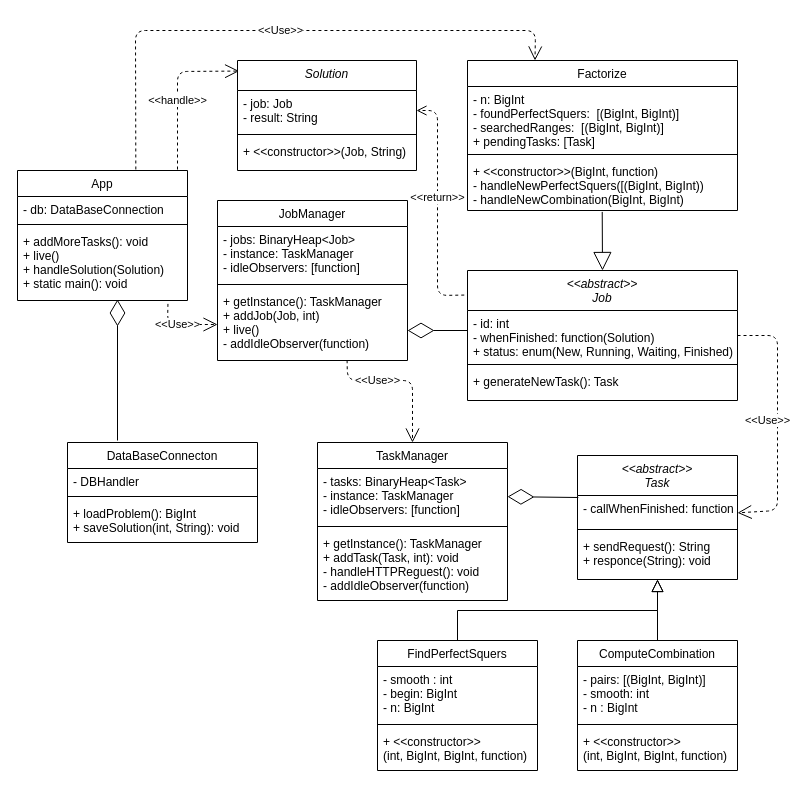
This is src/main/resources/farctorization.drawio from speederking07/Distributed-factorization-with-io-style-game, a draw.io file, before an edit. Source tidied: cells renumbered, new cells numbered last; positions are measured from the earlier drawing's top-left corner, leaving out a move shared by most shapes. Both pictures are drawn from the tidied source at 100%, with x=0, y=0 at pixel (17, 30).
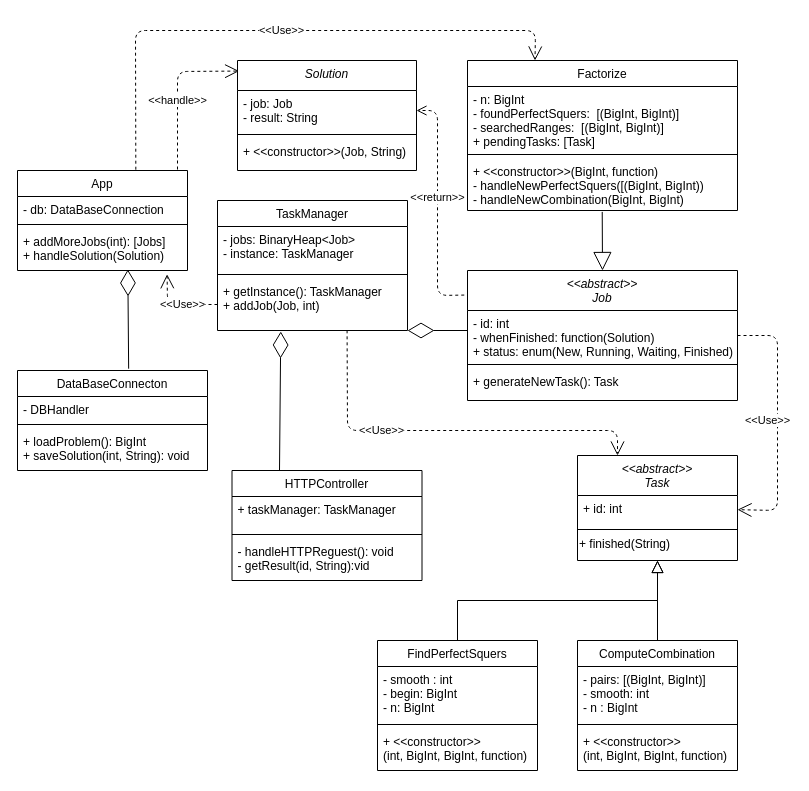
The same diagram, later.

Diff of the diagram source:
```diff
@@
     <mxCell id="2" value="&lt;&lt;abstract&gt;&gt;&#10;Task" style="swimlane;fontStyle=2;align=center;verticalAlign=top;horizontal=1;startSize=40;rounded=0;shadow=0;strokeWidth=1;" parent="1" vertex="1">
-      <mxGeometry x="560" y="425" width="160" height="124" as="geometry" />
+      <mxGeometry x="560" y="425" width="160" height="105" as="geometry" />
     </mxCell>
-    <mxCell id="3" value="- callWhenFinished: function" style="text;align=left;verticalAlign=top;spacingLeft=4;spacingRight=4;overflow=hidden;points=[[0,0.5],[1,0.5]];portConstraint=eastwest;" parent="2" vertex="1">
+    <mxCell id="3" value="+ id: int" style="text;align=left;verticalAlign=top;spacingLeft=4;spacingRight=4;overflow=hidden;points=[[0,0.5],[1,0.5]];portConstraint=eastwest;" parent="2" vertex="1">
       <mxGeometry y="40" width="160" height="30" as="geometry" />
     </mxCell>
@@
-    <mxCell id="5" value="+ sendRequest(): String&#10;+ responce(String): void" style="text;align=left;verticalAlign=top;spacingLeft=4;spacingRight=4;overflow=hidden;" parent="2" vertex="1">
-      <mxGeometry y="78" width="160" height="40" as="geometry" />
-    </mxCell>
+    <mxCell id="54" value="+ finished(String)" style="text;html=1;strokeColor=none;fillColor=none;align=left;verticalAlign=middle;whiteSpace=wrap;rounded=0;" parent="2" vertex="1">
+      <mxGeometry y="78" width="160" height="22" as="geometry" />
+    </mxCell>
@@
-    <mxCell id="16" style="endArrow=diamondThin;endFill=0;endSize=24;html=1;exitX=0.005;exitY=0.067;exitDx=0;exitDy=0;exitPerimeter=0;" parent="1" edge="1" source="3" target="41">
-      <mxGeometry relative="1" as="geometry" />
-    </mxCell>
@@
-    <mxCell id="30" value="JobManager" style="swimlane;fontStyle=0;align=center;verticalAlign=top;horizontal=1;startSize=26;rounded=0;shadow=0;strokeWidth=1;" parent="1" vertex="1">
-      <mxGeometry x="200" y="170" width="190" height="160" as="geometry" />
+    <mxCell id="30" value="TaskManager" style="swimlane;fontStyle=0;align=center;verticalAlign=top;horizontal=1;startSize=26;rounded=0;shadow=0;strokeWidth=1;" parent="1" vertex="1">
+      <mxGeometry x="200" y="170" width="190" height="130" as="geometry" />
     </mxCell>
-    <mxCell id="31" value="- jobs: BinaryHeap&lt;Job&gt;&#10;- instance: TaskManager&#10;- idleObservers: [function]&#10;" style="text;align=left;verticalAlign=top;spacingLeft=4;spacingRight=4;overflow=hidden;" parent="30" vertex="1">
-      <mxGeometry y="26" width="190" height="54" as="geometry" />
+    <mxCell id="31" value="- jobs: BinaryHeap&lt;Job&gt;&#10;- instance: TaskManager" style="text;align=left;verticalAlign=top;spacingLeft=4;spacingRight=4;overflow=hidden;" parent="30" vertex="1">
+      <mxGeometry y="26" width="190" height="44" as="geometry" />
     </mxCell>
     <mxCell id="32" style="line;html=1;strokeWidth=1;align=left;verticalAlign=middle;spacingTop=-1;spacingLeft=3;spacingRight=3;labelPosition=right;" parent="30" vertex="1">
-      <mxGeometry y="80" width="190" height="8" as="geometry" />
+      <mxGeometry y="70" width="190" height="8" as="geometry" />
     </mxCell>
-    <mxCell id="33" value="+ getInstance(): TaskManager&#10;+ addJob(Job, int)&#10;+ live()&#10;- addIdleObserver(function)&#10;&#10;" style="text;align=left;verticalAlign=top;spacingLeft=4;spacingRight=4;overflow=hidden;points=[[0,0.5],[1,0.5]];portConstraint=eastwest;fontStyle=0;" parent="30" vertex="1">
-      <mxGeometry y="88" width="190" height="72" as="geometry" />
+    <mxCell id="33" value="+ getInstance(): TaskManager&#10;+ addJob(Job, int)&#10;" style="text;align=left;verticalAlign=top;spacingLeft=4;spacingRight=4;overflow=hidden;points=[[0,0.5],[1,0.5]];portConstraint=eastwest;fontStyle=0;" parent="30" vertex="1">
+      <mxGeometry y="78" width="190" height="52" as="geometry" />
     </mxCell>
@@
     <mxCell id="36" value="DataBaseConnecton" style="swimlane;fontStyle=0;align=center;verticalAlign=top;horizontal=1;startSize=26;rounded=0;shadow=0;strokeWidth=1;" parent="1" vertex="1">
-      <mxGeometry x="50" y="412" width="190" height="100" as="geometry" />
+      <mxGeometry y="340" width="190" height="100" as="geometry" />
     </mxCell>
@@
-    <mxCell id="40" value="TaskManager" style="swimlane;fontStyle=0;align=center;verticalAlign=top;horizontal=1;startSize=26;rounded=0;shadow=0;strokeWidth=1;" parent="1" vertex="1">
-      <mxGeometry x="300" y="412" width="190" height="158" as="geometry" />
-    </mxCell>
-    <mxCell id="41" value="- tasks: BinaryHeap&lt;Task&gt;&#10;- instance: TaskManager&#10;- idleObservers: [function]" style="text;align=left;verticalAlign=top;spacingLeft=4;spacingRight=4;overflow=hidden;points=[[0,0.5],[1,0.5]];portConstraint=eastwest;" parent="40" vertex="1">
-      <mxGeometry y="26" width="190" height="54" as="geometry" />
-    </mxCell>
-    <mxCell id="42" style="line;html=1;strokeWidth=1;align=left;verticalAlign=middle;spacingTop=-1;spacingLeft=3;spacingRight=3;labelPosition=right;" parent="40" vertex="1">
-      <mxGeometry y="80" width="190" height="8" as="geometry" />
-    </mxCell>
-    <mxCell id="43" value="+ getInstance(): TaskManager&#10;+ addTask(Task, int): void&#10;- handleHTTPReguest(): void&#10;- addIdleObserver(function)" style="text;align=left;verticalAlign=top;spacingLeft=4;spacingRight=4;overflow=hidden;fontStyle=0;" parent="40" vertex="1">
-      <mxGeometry y="88" width="190" height="70" as="geometry" />
-    </mxCell>
@@
-    <mxCell id="45" value="&amp;lt;&amp;lt;Use&amp;gt;&amp;gt;" style="endArrow=open;endSize=12;dashed=1;html=1;exitX=0.682;exitY=0.997;exitDx=0;exitDy=0;exitPerimeter=0;" parent="1" edge="1" source="33" target="40">
+    <mxCell id="45" value="&amp;lt;&amp;lt;Use&amp;gt;&amp;gt;" style="endArrow=open;endSize=12;dashed=1;html=1;exitX=0.682;exitY=0.997;exitDx=0;exitDy=0;exitPerimeter=0;entryX=0.25;entryY=0;entryDx=0;entryDy=0;" parent="1" edge="1" source="33" target="2">
       <mxGeometry x="-0.32" relative="1" as="geometry">
         <Array as="points">
-          <mxPoint x="330" y="350" />
-          <mxPoint x="395" y="350" />
+          <mxPoint x="330" y="400" />
+          <mxPoint x="600" y="400" />
         </Array>
       </mxGeometry>
     </mxCell>
-    <mxCell id="46" style="endArrow=diamondThin;endFill=0;endSize=24;html=1;" parent="1" edge="1">
-      <mxGeometry relative="1" as="geometry">
-        <mxPoint x="100" y="410" as="sourcePoint" />
-        <mxPoint x="100" y="269" as="targetPoint" />
-      </mxGeometry>
+    <mxCell id="46" style="endArrow=diamondThin;endFill=0;endSize=24;html=1;entryX=0.649;entryY=0.976;entryDx=0;entryDy=0;entryPerimeter=0;exitX=0.585;exitY=-0.018;exitDx=0;exitDy=0;exitPerimeter=0;" parent="1" edge="1" source="36" target="50">
+      <mxGeometry relative="1" as="geometry" />
     </mxCell>
     <mxCell id="47" value="App" style="swimlane;fontStyle=0;align=center;verticalAlign=top;horizontal=1;startSize=26;rounded=0;shadow=0;strokeWidth=1;" parent="1" vertex="1">
-      <mxGeometry y="140" width="170" height="130" as="geometry" />
+      <mxGeometry y="140" width="170" height="100" as="geometry" />
     </mxCell>
@@
-    <mxCell id="50" value="+ addMoreTasks(): void&#10;+ live()&#10;+ handleSolution(Solution)&#10;+ static main(): void&#10;" style="text;align=left;verticalAlign=top;spacingLeft=4;spacingRight=4;overflow=hidden;points=[[0,0.5],[1,0.5]];portConstraint=eastwest;fontStyle=0;" parent="47" vertex="1">
-      <mxGeometry y="58" width="170" height="72" as="geometry" />
+    <mxCell id="50" value="+ addMoreJobs(int): [Jobs]&#10;+ handleSolution(Solution)&#10;" style="text;align=left;verticalAlign=top;spacingLeft=4;spacingRight=4;overflow=hidden;points=[[0,0.5],[1,0.5]];portConstraint=eastwest;fontStyle=0;" parent="47" vertex="1">
+      <mxGeometry y="58" width="170" height="42" as="geometry" />
     </mxCell>
-    <mxCell id="51" value="&amp;lt;&amp;lt;Use&amp;gt;&amp;gt;" style="endArrow=open;endSize=12;dashed=1;html=1;exitX=0.885;exitY=1.047;exitDx=0;exitDy=0;exitPerimeter=0;entryX=0;entryY=0.5;entryDx=0;entryDy=0;" parent="1" edge="1" source="50" target="33">
-      <mxGeometry x="-0.13" relative="1" as="geometry">
-        <Array as="points">
-          <mxPoint x="150" y="294" />
-        </Array>
-      </mxGeometry>
-    </mxCell>
@@
+    <mxCell id="55" value="HTTPController" style="swimlane;fontStyle=0;align=center;verticalAlign=top;horizontal=1;startSize=26;rounded=0;shadow=0;strokeWidth=1;" parent="1" vertex="1">
+      <mxGeometry x="214.5" y="440" width="190" height="110" as="geometry" />
+    </mxCell>
+    <mxCell id="56" value="+ taskManager: TaskManager" style="text;align=left;verticalAlign=top;spacingLeft=4;spacingRight=4;overflow=hidden;" parent="55" vertex="1">
+      <mxGeometry y="26" width="190" height="34" as="geometry" />
+    </mxCell>
+    <mxCell id="57" style="line;html=1;strokeWidth=1;align=left;verticalAlign=middle;spacingTop=-1;spacingLeft=3;spacingRight=3;labelPosition=right;" parent="55" vertex="1">
+      <mxGeometry y="60" width="190" height="8" as="geometry" />
+    </mxCell>
+    <mxCell id="58" value="- handleHTTPReguest(): void&#10;- getResult(id, String):vid" style="text;align=left;verticalAlign=top;spacingLeft=4;spacingRight=4;overflow=hidden;fontStyle=0;" parent="55" vertex="1">
+      <mxGeometry y="68" width="190" height="42" as="geometry" />
+    </mxCell>
+    <mxCell id="59" style="endArrow=diamondThin;endFill=0;endSize=24;html=1;exitX=0.25;exitY=0;exitDx=0;exitDy=0;entryX=0.333;entryY=1.019;entryDx=0;entryDy=0;entryPerimeter=0;" parent="1" edge="1" source="55" target="33">
+      <mxGeometry relative="1" as="geometry" />
+    </mxCell>
+    <mxCell id="51" value="&amp;lt;&amp;lt;Use&amp;gt;&amp;gt;" style="endArrow=open;endSize=12;dashed=1;html=1;exitX=0;exitY=0.5;exitDx=0;exitDy=0;entryX=0.88;entryY=1.09;entryDx=0;entryDy=0;entryPerimeter=0;" parent="1" edge="1" source="33" target="50">
+      <mxGeometry x="-0.13" relative="1" as="geometry">
+        <Array as="points">
+          <mxPoint x="150" y="274" />
+        </Array>
+      </mxGeometry>
+    </mxCell>
```
